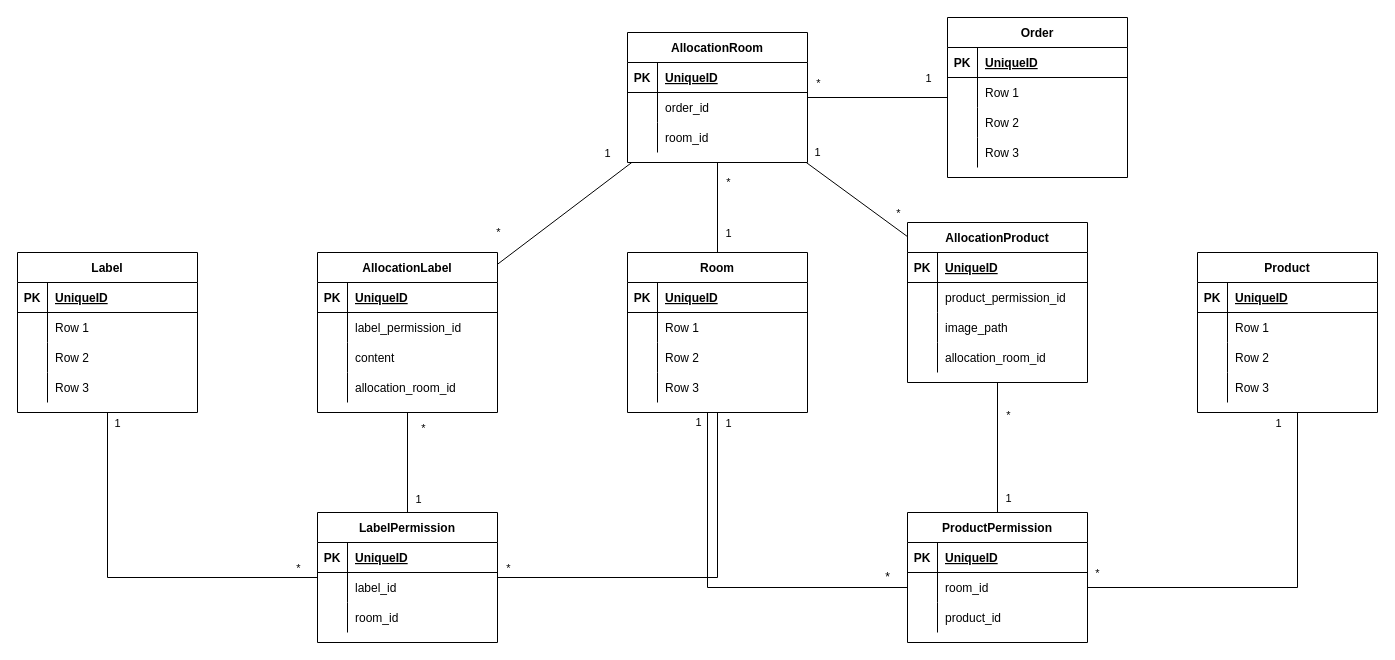
Earlier version of the draw.io diagram docs/DER.drawio (leoromanini/florense). Source tidied: cells renumbered, new cells numbered last; positions are measured from the earlier drawing's top-left corner, leaving out a move shared by most shapes. Both pictures are drawn from the tidied source at 100%, with x=0, y=0 at pixel (17, 17).
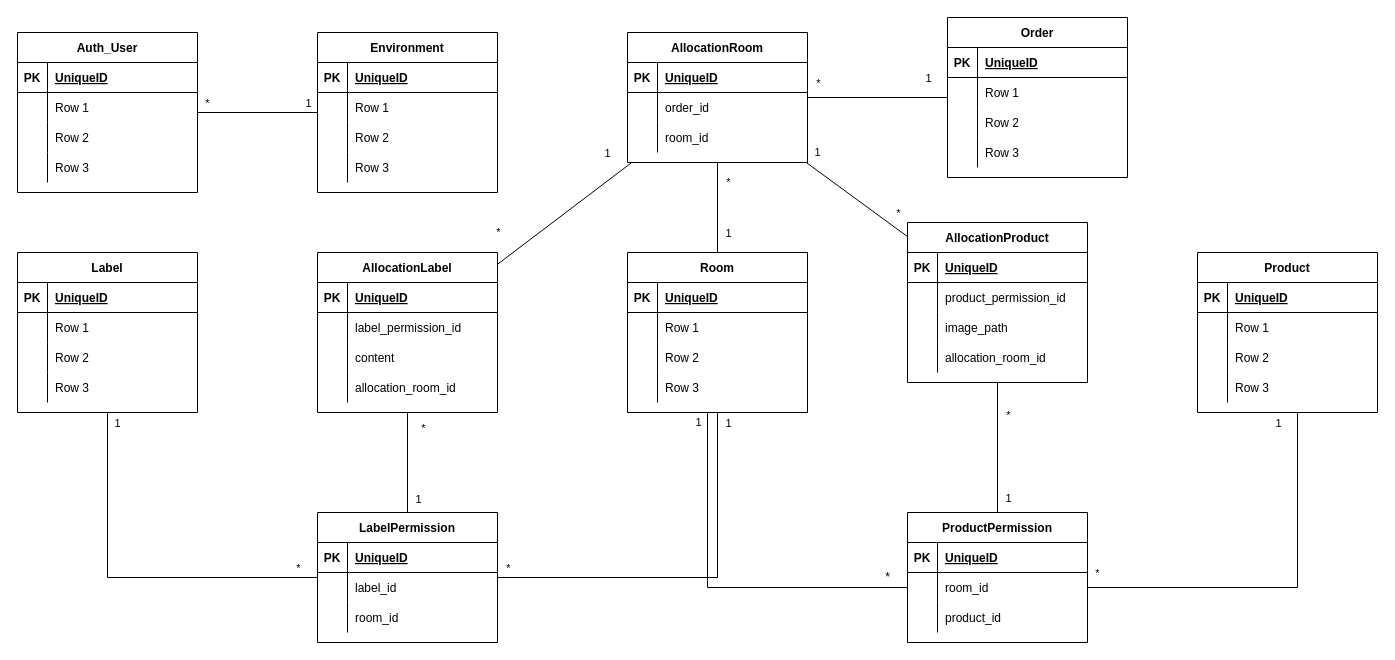
The same page after the edit.

Change to the diagram source:
```diff
@@
+    <mxCell id="140" value="Auth_User" style="shape=table;startSize=30;childLayout=tableLayout;rowLines=0;fontStyle=1;align=center;" parent="1" vertex="1">
+      <mxGeometry y="15" width="180" height="160" as="geometry" />
+    </mxCell>
+    <mxCell id="141" style="shape=partialRectangle;fillColor=none;top=0;left=0;bottom=1;right=0;" parent="140" vertex="1">
+      <mxGeometry y="30" width="180" height="30" as="geometry" />
+    </mxCell>
+    <mxCell id="142" value="PK" style="shape=partialRectangle;fillColor=none;top=0;left=0;bottom=0;right=0;fontStyle=1;overflow=hidden;" parent="141" vertex="1">
+      <mxGeometry width="30" height="30" as="geometry" />
+    </mxCell>
+    <mxCell id="143" value="UniqueID" style="shape=partialRectangle;fillColor=none;top=0;left=0;bottom=0;right=0;align=left;spacingLeft=6;fontStyle=5;overflow=hidden;" parent="141" vertex="1">
+      <mxGeometry x="30" width="150" height="30" as="geometry" />
+    </mxCell>
+    <mxCell id="144" style="shape=partialRectangle;fillColor=none;top=0;left=0;bottom=0;right=0;" parent="140" vertex="1">
+      <mxGeometry y="60" width="180" height="30" as="geometry" />
+    </mxCell>
+    <mxCell id="145" style="shape=partialRectangle;fillColor=none;top=0;left=0;bottom=0;right=0;overflow=hidden;" parent="144" vertex="1">
+      <mxGeometry width="30" height="30" as="geometry" />
+    </mxCell>
+    <mxCell id="146" value="Row 1" style="shape=partialRectangle;fillColor=none;top=0;left=0;bottom=0;right=0;align=left;spacingLeft=6;overflow=hidden;" parent="144" vertex="1">
+      <mxGeometry x="30" width="150" height="30" as="geometry" />
+    </mxCell>
+    <mxCell id="147" style="shape=partialRectangle;fillColor=none;top=0;left=0;bottom=0;right=0;" parent="140" vertex="1">
+      <mxGeometry y="90" width="180" height="30" as="geometry" />
+    </mxCell>
+    <mxCell id="148" style="shape=partialRectangle;fillColor=none;top=0;left=0;bottom=0;right=0;overflow=hidden;" parent="147" vertex="1">
+      <mxGeometry width="30" height="30" as="geometry" />
+    </mxCell>
+    <mxCell id="149" value="Row 2" style="shape=partialRectangle;fillColor=none;top=0;left=0;bottom=0;right=0;align=left;spacingLeft=6;overflow=hidden;" parent="147" vertex="1">
+      <mxGeometry x="30" width="150" height="30" as="geometry" />
+    </mxCell>
+    <mxCell id="150" style="shape=partialRectangle;fillColor=none;top=0;left=0;bottom=0;right=0;" parent="140" vertex="1">
+      <mxGeometry y="120" width="180" height="30" as="geometry" />
+    </mxCell>
+    <mxCell id="151" style="shape=partialRectangle;fillColor=none;top=0;left=0;bottom=0;right=0;overflow=hidden;" parent="150" vertex="1">
+      <mxGeometry width="30" height="30" as="geometry" />
+    </mxCell>
+    <mxCell id="152" value="Row 3" style="shape=partialRectangle;fillColor=none;top=0;left=0;bottom=0;right=0;align=left;spacingLeft=6;overflow=hidden;" parent="150" vertex="1">
+      <mxGeometry x="30" width="150" height="30" as="geometry" />
+    </mxCell>
+    <mxCell id="153" value="Environment" style="shape=table;startSize=30;childLayout=tableLayout;rowLines=0;fontStyle=1;align=center;" parent="1" vertex="1">
+      <mxGeometry x="300" y="15" width="180" height="160" as="geometry" />
+    </mxCell>
+    <mxCell id="154" style="shape=partialRectangle;fillColor=none;top=0;left=0;bottom=1;right=0;" parent="153" vertex="1">
+      <mxGeometry y="30" width="180" height="30" as="geometry" />
+    </mxCell>
+    <mxCell id="155" value="PK" style="shape=partialRectangle;fillColor=none;top=0;left=0;bottom=0;right=0;fontStyle=1;overflow=hidden;" parent="154" vertex="1">
+      <mxGeometry width="30" height="30" as="geometry" />
+    </mxCell>
+    <mxCell id="156" value="UniqueID" style="shape=partialRectangle;fillColor=none;top=0;left=0;bottom=0;right=0;align=left;spacingLeft=6;fontStyle=5;overflow=hidden;" parent="154" vertex="1">
+      <mxGeometry x="30" width="150" height="30" as="geometry" />
+    </mxCell>
+    <mxCell id="157" style="shape=partialRectangle;fillColor=none;top=0;left=0;bottom=0;right=0;" parent="153" vertex="1">
+      <mxGeometry y="60" width="180" height="30" as="geometry" />
+    </mxCell>
+    <mxCell id="158" style="shape=partialRectangle;fillColor=none;top=0;left=0;bottom=0;right=0;overflow=hidden;" parent="157" vertex="1">
+      <mxGeometry width="30" height="30" as="geometry" />
+    </mxCell>
+    <mxCell id="159" value="Row 1" style="shape=partialRectangle;fillColor=none;top=0;left=0;bottom=0;right=0;align=left;spacingLeft=6;overflow=hidden;" parent="157" vertex="1">
+      <mxGeometry x="30" width="150" height="30" as="geometry" />
+    </mxCell>
+    <mxCell id="160" style="shape=partialRectangle;fillColor=none;top=0;left=0;bottom=0;right=0;" parent="153" vertex="1">
+      <mxGeometry y="90" width="180" height="30" as="geometry" />
+    </mxCell>
+    <mxCell id="161" style="shape=partialRectangle;fillColor=none;top=0;left=0;bottom=0;right=0;overflow=hidden;" parent="160" vertex="1">
+      <mxGeometry width="30" height="30" as="geometry" />
+    </mxCell>
+    <mxCell id="162" value="Row 2" style="shape=partialRectangle;fillColor=none;top=0;left=0;bottom=0;right=0;align=left;spacingLeft=6;overflow=hidden;" parent="160" vertex="1">
+      <mxGeometry x="30" width="150" height="30" as="geometry" />
+    </mxCell>
+    <mxCell id="163" style="shape=partialRectangle;fillColor=none;top=0;left=0;bottom=0;right=0;" parent="153" vertex="1">
+      <mxGeometry y="120" width="180" height="30" as="geometry" />
+    </mxCell>
+    <mxCell id="164" style="shape=partialRectangle;fillColor=none;top=0;left=0;bottom=0;right=0;overflow=hidden;" parent="163" vertex="1">
+      <mxGeometry width="30" height="30" as="geometry" />
+    </mxCell>
+    <mxCell id="165" value="Row 3" style="shape=partialRectangle;fillColor=none;top=0;left=0;bottom=0;right=0;align=left;spacingLeft=6;overflow=hidden;" parent="163" vertex="1">
+      <mxGeometry x="30" width="150" height="30" as="geometry" />
+    </mxCell>
+    <mxCell id="166" style="endArrow=none;html=1;rounded=0;" parent="1" edge="1" source="140" target="153">
+      <mxGeometry relative="1" as="geometry" />
+    </mxCell>
+    <mxCell id="167" value="1" style="edgeLabel;html=1;align=center;verticalAlign=middle;" parent="166" vertex="1">
+      <mxGeometry x="-0.42" relative="1" as="geometry">
+        <mxPoint x="75" y="-10" as="offset" />
+      </mxGeometry>
+    </mxCell>
+    <mxCell id="168" value="*" style="edgeLabel;html=1;align=center;verticalAlign=middle;" parent="166" vertex="1">
+      <mxGeometry x="0.59" relative="1" as="geometry">
+        <mxPoint x="-85.8" y="-10" as="offset" />
+      </mxGeometry>
+    </mxCell>
```
